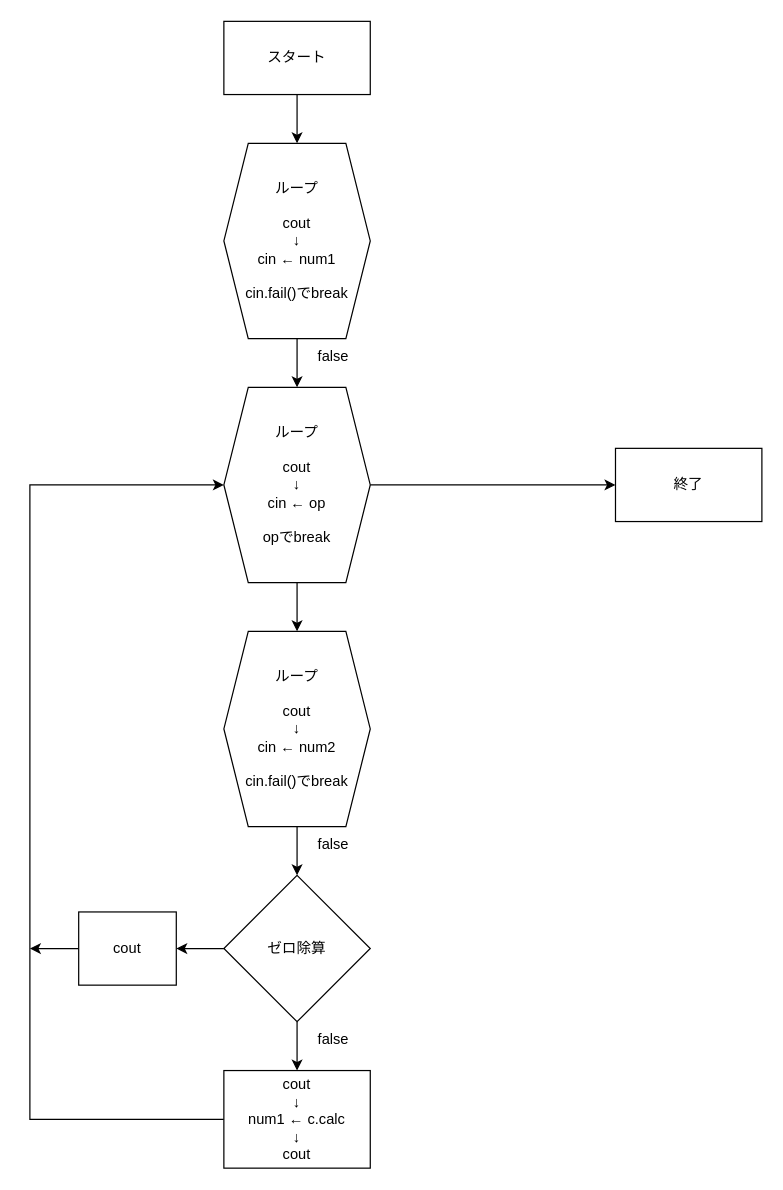
Above: 標準電卓.drawio in kiakibasl-dev/dentaku (draw.io), before the change. Source tidied: cells renumbered, new cells numbered last; positions are measured from the earlier drawing's top-left corner, leaving out a move shared by most shapes. Both pictures are drawn from the tidied source at 122%, with x=0, y=0 at pixel (29, 21).
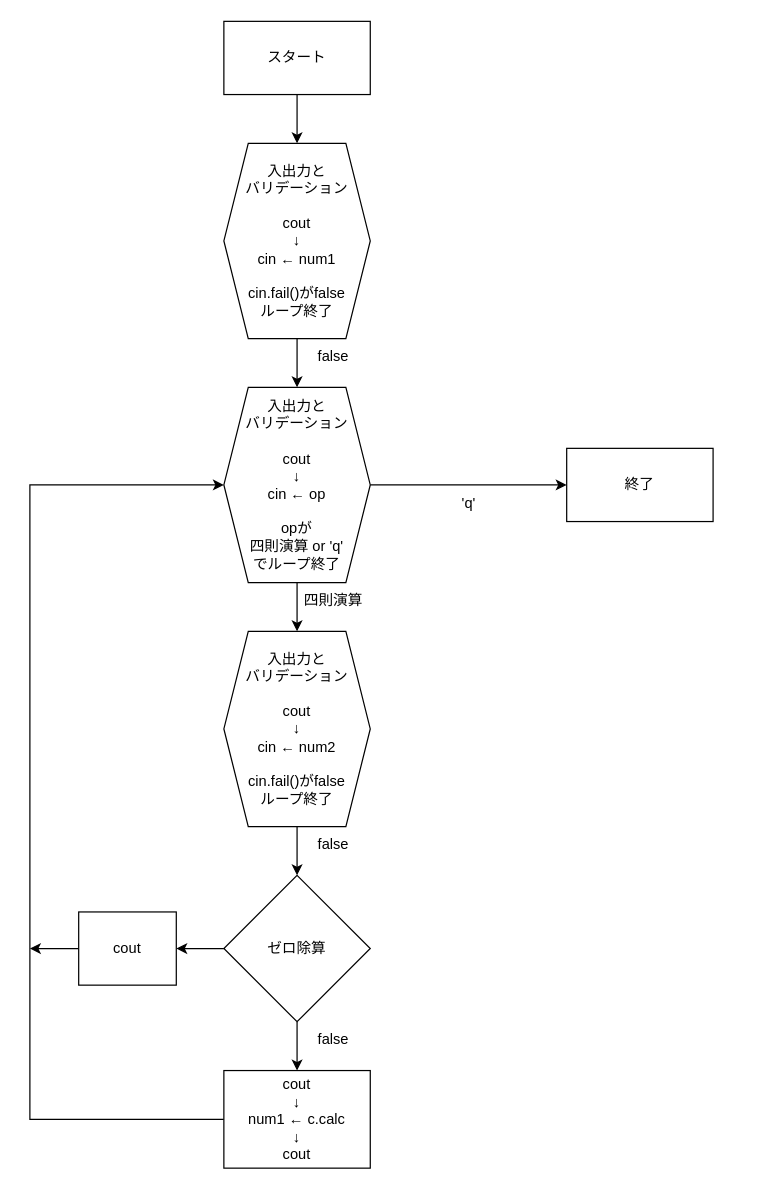
After the change.

Commit message:
標準電卓.drawio を更新します

Change to the diagram source:
```diff
@@
     <mxCell id="4" value="終了" style="rounded=0;whiteSpace=wrap;html=1;" parent="1" vertex="1">
-      <mxGeometry x="480" y="350" width="120" height="60" as="geometry" />
+      <mxGeometry x="440" y="350" width="120" height="60" as="geometry" />
     </mxCell>
@@
-    <mxCell id="6" value="ループ&lt;div&gt;&lt;br&gt;&lt;div&gt;cout&lt;/div&gt;&lt;div&gt;↓&lt;/div&gt;&lt;div&gt;cin ← num1&lt;/div&gt;&lt;div&gt;&lt;br&gt;&lt;/div&gt;&lt;div&gt;cin.fail()でbreak&lt;/div&gt;&lt;/div&gt;" style="shape=hexagon;perimeter=hexagonPerimeter2;whiteSpace=wrap;html=1;fixedSize=1;" parent="1" vertex="1">
+    <mxCell id="6" value="&lt;div&gt;入出力と&lt;/div&gt;&lt;div&gt;バリデーション&lt;/div&gt;&lt;br&gt;&lt;div&gt;&lt;div&gt;cout&lt;/div&gt;&lt;div&gt;↓&lt;/div&gt;&lt;div&gt;cin ← num1&lt;/div&gt;&lt;div&gt;&lt;br&gt;&lt;/div&gt;&lt;div&gt;cin.fail()がfalse&lt;/div&gt;&lt;div&gt;ループ終了&lt;/div&gt;&lt;/div&gt;" style="shape=hexagon;perimeter=hexagonPerimeter2;whiteSpace=wrap;html=1;fixedSize=1;" parent="1" vertex="1">
       <mxGeometry x="159" y="100" width="120" height="160" as="geometry" />
     </mxCell>
@@
-    <mxCell id="9" value="ループ&lt;div&gt;&lt;br&gt;&lt;div&gt;cout&lt;/div&gt;&lt;div&gt;↓&lt;/div&gt;&lt;div&gt;cin ← op&lt;/div&gt;&lt;div&gt;&lt;br&gt;&lt;/div&gt;&lt;div&gt;opでbreak&lt;/div&gt;&lt;/div&gt;" style="shape=hexagon;perimeter=hexagonPerimeter2;whiteSpace=wrap;html=1;fixedSize=1;" parent="1" vertex="1">
+    <mxCell id="9" value="入出力と&lt;div&gt;バリデーション&lt;/div&gt;&lt;div&gt;&lt;br&gt;&lt;div&gt;cout&lt;/div&gt;&lt;div&gt;↓&lt;/div&gt;&lt;div&gt;cin ← op&lt;/div&gt;&lt;div&gt;&lt;br&gt;&lt;/div&gt;&lt;div&gt;opが&lt;/div&gt;&lt;div&gt;四則演算 or 'q'&lt;/div&gt;&lt;/div&gt;&lt;div&gt;でループ終了&lt;/div&gt;" style="shape=hexagon;perimeter=hexagonPerimeter2;whiteSpace=wrap;html=1;fixedSize=1;" parent="1" vertex="1">
       <mxGeometry x="159" y="300" width="120" height="160" as="geometry" />
     </mxCell>
@@
-    <mxCell id="11" value="ループ&lt;div&gt;&lt;br&gt;&lt;div&gt;cout&lt;/div&gt;&lt;div&gt;↓&lt;/div&gt;&lt;div&gt;cin ← num2&lt;/div&gt;&lt;div&gt;&lt;br&gt;&lt;/div&gt;&lt;div&gt;cin.fail()でbreak&lt;/div&gt;&lt;/div&gt;" style="shape=hexagon;perimeter=hexagonPerimeter2;whiteSpace=wrap;html=1;fixedSize=1;" parent="1" vertex="1">
+    <mxCell id="11" value="入出力と&lt;div&gt;バリデーション&lt;br&gt;&lt;div&gt;&lt;br&gt;&lt;div&gt;cout&lt;/div&gt;&lt;div&gt;↓&lt;/div&gt;&lt;div&gt;cin ← num2&lt;/div&gt;&lt;div&gt;&lt;br&gt;&lt;/div&gt;&lt;/div&gt;&lt;/div&gt;&lt;div&gt;&lt;div&gt;cin.fail()がfalse&lt;/div&gt;&lt;div&gt;ループ終了&lt;/div&gt;&lt;/div&gt;" style="shape=hexagon;perimeter=hexagonPerimeter2;whiteSpace=wrap;html=1;fixedSize=1;" parent="1" vertex="1">
       <mxGeometry x="159" y="500" width="120" height="160" as="geometry" />
     </mxCell>
@@
+    <mxCell id="22" value="四則演算" style="text;html=1;whiteSpace=wrap;strokeColor=none;fillColor=none;align=center;verticalAlign=middle;rounded=0;" parent="1" vertex="1">
+      <mxGeometry x="219" y="460" width="60" height="30" as="geometry" />
+    </mxCell>
+    <mxCell id="23" value="'q'" style="text;html=1;whiteSpace=wrap;strokeColor=none;fillColor=none;align=center;verticalAlign=middle;rounded=0;" parent="1" vertex="1">
+      <mxGeometry x="330" y="380" width="60" height="30" as="geometry" />
+    </mxCell>
```
